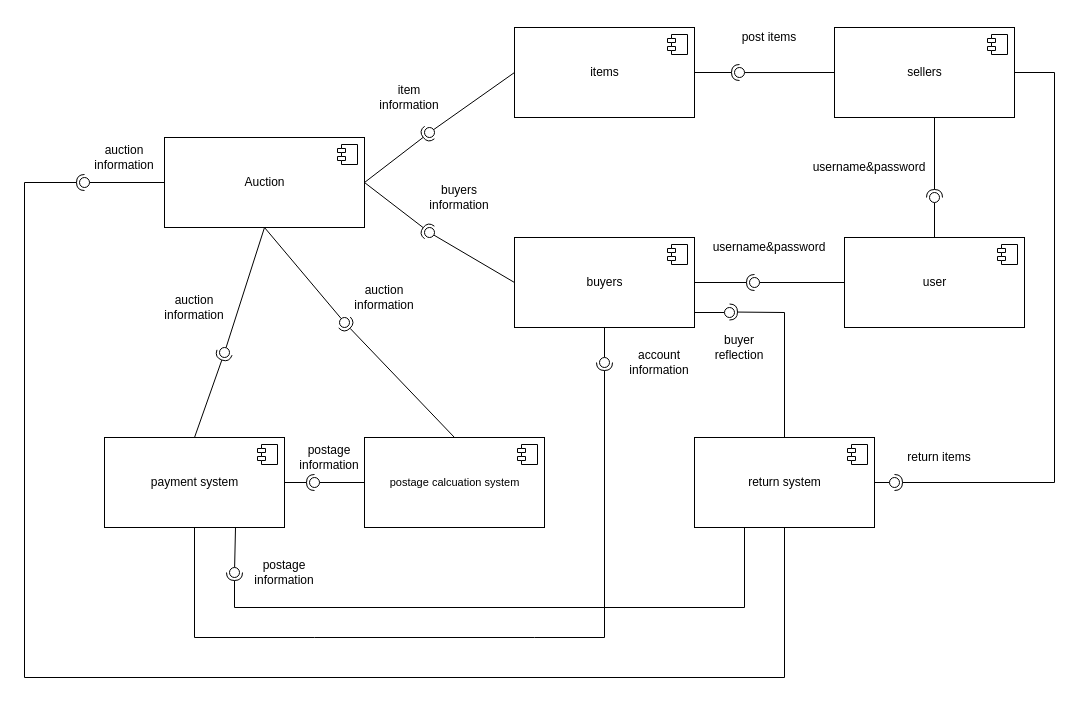
Before: component.drawio in impulseoy/learnGit, a draw.io diagram. Source tidied: cells renumbered, new cells numbered last; positions are measured from the earlier drawing's top-left corner, leaving out a move shared by most shapes. Both pictures are drawn from the tidied source at 100%, with x=0, y=0 at pixel (24, 17).
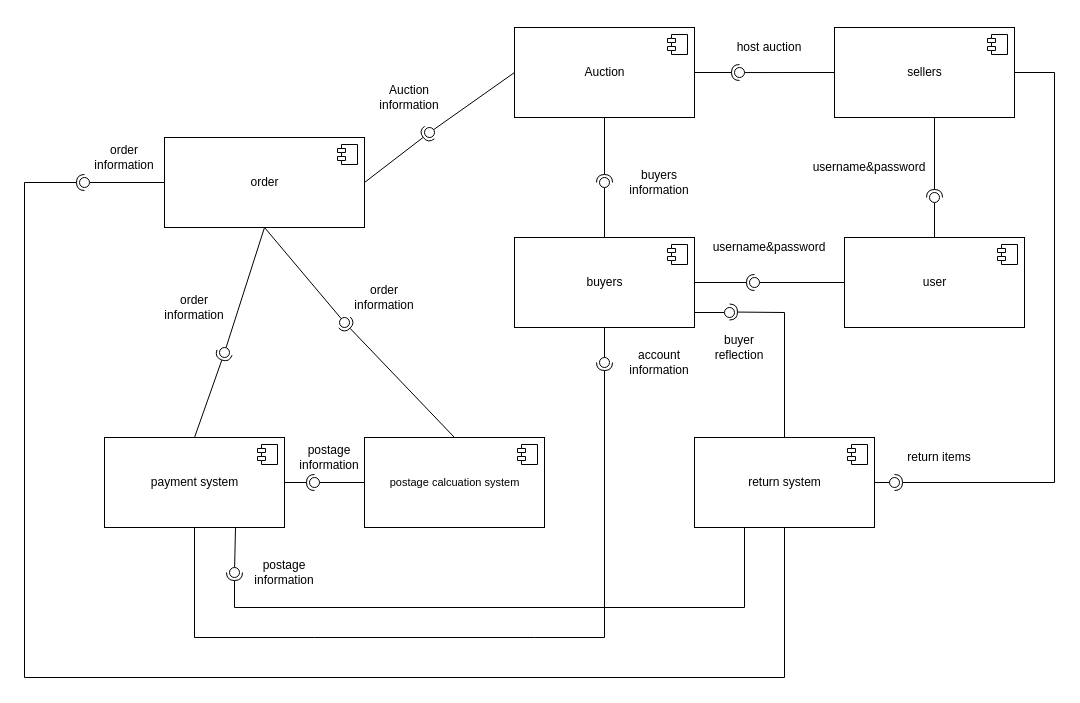
Above is the later version.

The change refers to these unchanged cells:
```xml
<mxCell id="6" value="buyers" style="html=1;" parent="1" vertex="1">
  <mxGeometry x="490" y="220" width="180" height="90" as="geometry" />
</mxCell>
```

The edit, as a diff of the source:
```diff
@@
-    <mxCell id="2" value="Auction" style="html=1;" parent="1" vertex="1">
+    <mxCell id="2" value="order" style="html=1;" parent="1" vertex="1">
       <mxGeometry x="140" y="120" width="200" height="90" as="geometry" />
     </mxCell>
@@
-    <mxCell id="4" value="items" style="html=1;" parent="1" vertex="1">
+    <mxCell id="4" value="Auction" style="html=1;" parent="1" vertex="1">
       <mxGeometry x="490" y="10" width="180" height="90" as="geometry" />
     </mxCell>
@@
-    <mxCell id="13" value="item information" style="text;html=1;strokeColor=none;fillColor=none;align=center;verticalAlign=middle;whiteSpace=wrap;rounded=0;" parent="1" vertex="1">
+    <mxCell id="13" value="Auction information" style="text;html=1;strokeColor=none;fillColor=none;align=center;verticalAlign=middle;whiteSpace=wrap;rounded=0;" parent="1" vertex="1">
       <mxGeometry x="350" y="60" width="70" height="40" as="geometry" />
     </mxCell>
@@
-    <mxCell id="16" value="post items" style="text;html=1;strokeColor=none;fillColor=none;align=center;verticalAlign=middle;whiteSpace=wrap;rounded=0;" parent="1" vertex="1">
-      <mxGeometry x="710" width="70" height="40" as="geometry" />
+    <mxCell id="16" value="host auction" style="text;html=1;strokeColor=none;fillColor=none;align=center;verticalAlign=middle;whiteSpace=wrap;rounded=0;" parent="1" vertex="1">
+      <mxGeometry x="710" y="10" width="70" height="40" as="geometry" />
     </mxCell>
@@
-    <mxCell id="20" style="rounded=0;jettySize=auto;html=1;endArrow=none;endFill=0;exitX=0;exitY=0.5;exitDx=0;exitDy=0;" parent="1" edge="1" source="6" target="22">
+    <mxCell id="20" style="rounded=0;jettySize=auto;html=1;endArrow=none;endFill=0;exitX=0.5;exitY=0;exitDx=0;exitDy=0;" parent="1" edge="1" source="6" target="22">
       <mxGeometry relative="1" as="geometry" />
     </mxCell>
-    <mxCell id="21" style="rounded=0;jettySize=auto;html=1;endArrow=halfCircle;endFill=0;entryX=0.5;entryY=0.5;entryDx=0;entryDy=0;endSize=6;strokeWidth=1;exitX=1;exitY=0.5;exitDx=0;exitDy=0;" parent="1" edge="1" source="2" target="22">
+    <mxCell id="21" style="rounded=0;jettySize=auto;html=1;endArrow=halfCircle;endFill=0;entryX=0.5;entryY=0.5;entryDx=0;entryDy=0;endSize=6;strokeWidth=1;exitX=0.5;exitY=1;exitDx=0;exitDy=0;" parent="1" edge="1" source="4" target="22">
       <mxGeometry relative="1" as="geometry" />
     </mxCell>
     <mxCell id="22" style="ellipse;whiteSpace=wrap;html=1;fontFamily=Helvetica;fontSize=12;fontColor=#000000;align=center;strokeColor=#000000;fillColor=#ffffff;points=[];" parent="1" vertex="1">
-      <mxGeometry x="400" y="210" width="10" height="10" as="geometry" />
+      <mxGeometry x="575" y="160" width="10" height="10" as="geometry" />
     </mxCell>
     <mxCell id="23" value="buyers information" style="text;html=1;strokeColor=none;fillColor=none;align=center;verticalAlign=middle;whiteSpace=wrap;rounded=0;" parent="1" vertex="1">
-      <mxGeometry x="400" y="160" width="70" height="40" as="geometry" />
+      <mxGeometry x="600" y="145" width="70" height="40" as="geometry" />
     </mxCell>
@@
-    <mxCell id="39" value="auction&lt;br&gt;information" style="text;html=1;strokeColor=none;fillColor=none;align=center;verticalAlign=middle;whiteSpace=wrap;rounded=0;" parent="1" vertex="1">
+    <mxCell id="39" value="order&lt;br&gt;information" style="text;html=1;strokeColor=none;fillColor=none;align=center;verticalAlign=middle;whiteSpace=wrap;rounded=0;" parent="1" vertex="1">
       <mxGeometry x="325" y="260" width="70" height="40" as="geometry" />
     </mxCell>
@@
-    <mxCell id="46" value="auction information" style="text;html=1;strokeColor=none;fillColor=none;align=center;verticalAlign=middle;whiteSpace=wrap;rounded=0;" parent="1" vertex="1">
+    <mxCell id="46" value="order information" style="text;html=1;strokeColor=none;fillColor=none;align=center;verticalAlign=middle;whiteSpace=wrap;rounded=0;" parent="1" vertex="1">
       <mxGeometry x="135" y="270" width="70" height="40" as="geometry" />
     </mxCell>
@@
-    <mxCell id="57" value="auction information" style="text;html=1;strokeColor=none;fillColor=none;align=center;verticalAlign=middle;whiteSpace=wrap;rounded=0;" parent="1" vertex="1">
+    <mxCell id="57" value="order information" style="text;html=1;strokeColor=none;fillColor=none;align=center;verticalAlign=middle;whiteSpace=wrap;rounded=0;" parent="1" vertex="1">
       <mxGeometry x="65" y="120" width="70" height="40" as="geometry" />
     </mxCell>
```
